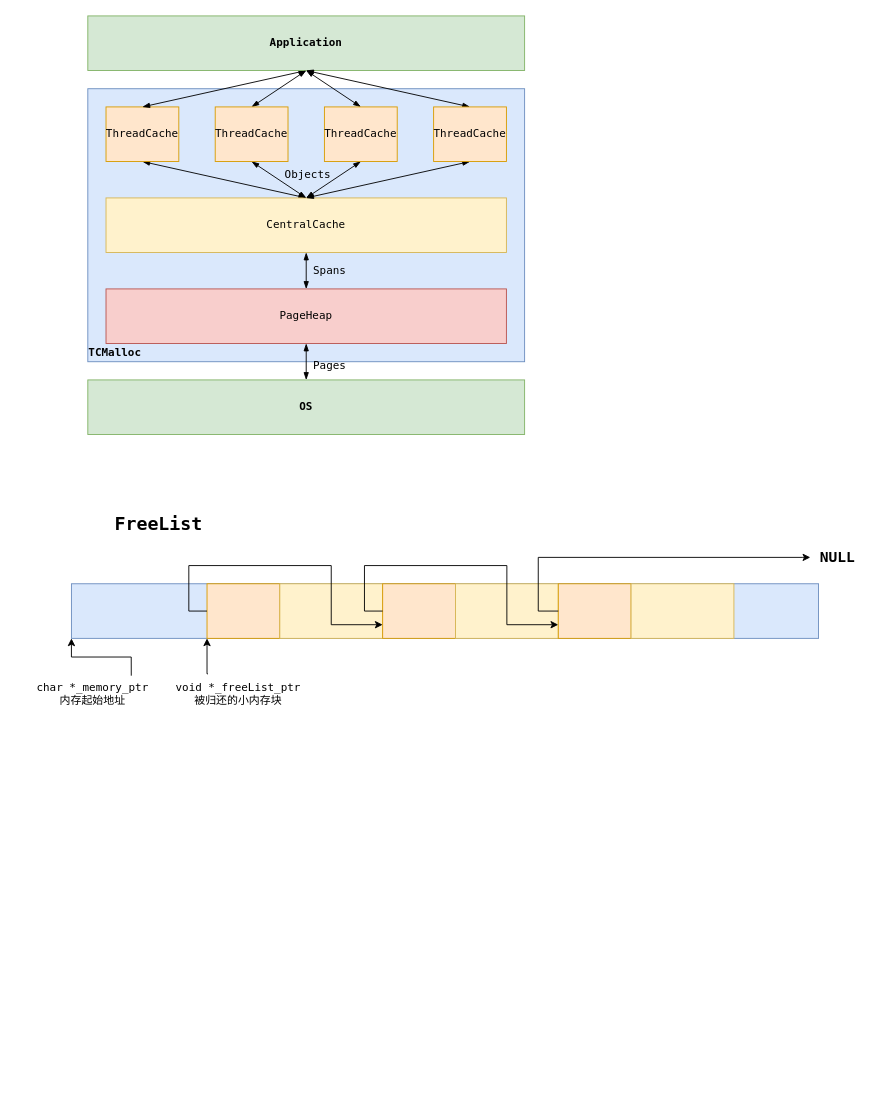
Before: 算法/TCMalloc.drawio in xyshawy/DRAW, a draw.io diagram. Source tidied: cells renumbered, new cells numbered last; positions are measured from the earlier drawing's top-left corner, leaving out a move shared by most shapes. Both pictures are drawn from the tidied source at 91%, with x=0, y=0 at pixel (15, 15).
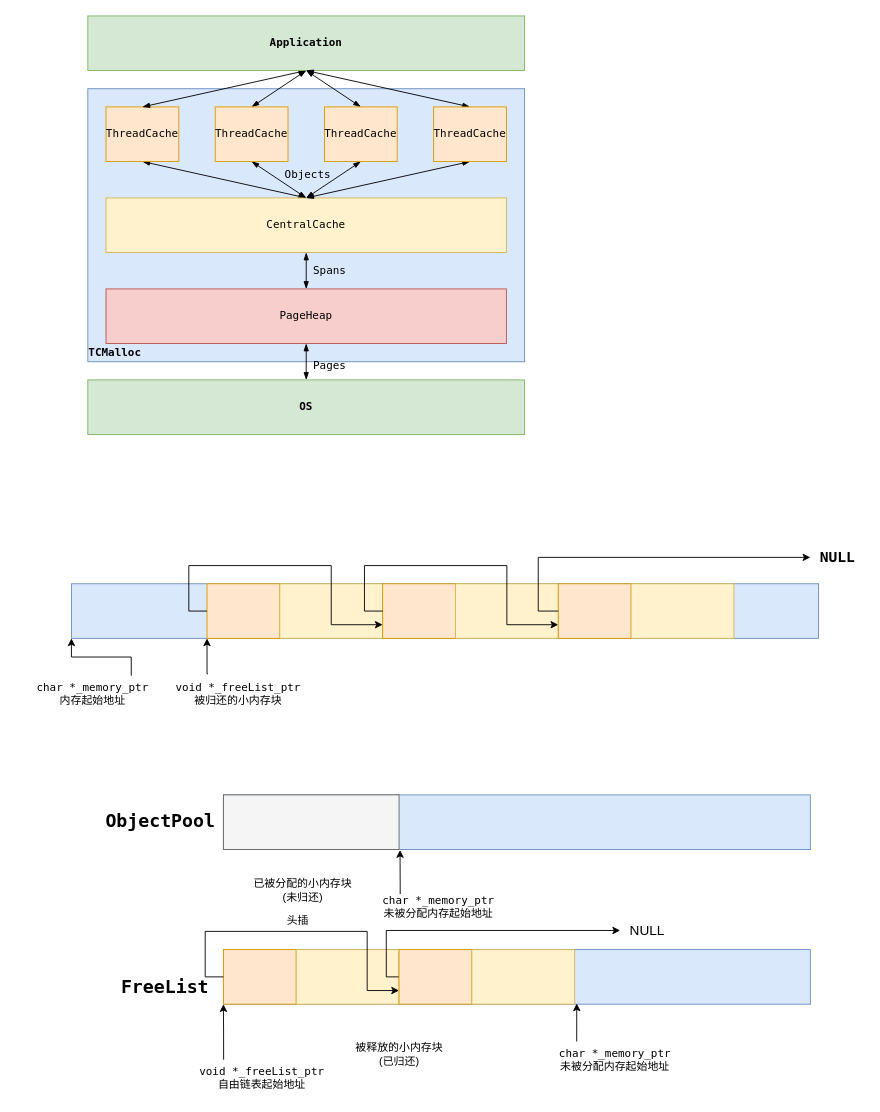
The same diagram, later.

What changed in the source:
```diff
@@
-    <mxCell id="32" value="&lt;font size=&quot;1&quot; face=&quot;Lucida Console&quot;&gt;&lt;b style=&quot;font-size: 20px;&quot;&gt;FreeList&lt;/b&gt;&lt;/font&gt;" style="text;html=1;align=center;verticalAlign=middle;whiteSpace=wrap;rounded=0;" parent="1" vertex="1">
-      <mxGeometry x="127" y="537" width="60" height="40" as="geometry" />
-    </mxCell>
@@
+    <mxCell id="41" style="rounded=0;whiteSpace=wrap;html=1;fontFamily=Lucida Console;fillColor=#dae8fc;strokeColor=#6c8ebf;" parent="1" vertex="1">
+      <mxGeometry x="228" y="856" width="645" height="60" as="geometry" />
+    </mxCell>
+    <mxCell id="42" style="rounded=0;orthogonalLoop=1;jettySize=auto;html=1;exitX=0.25;exitY=0;exitDx=0;exitDy=0;entryX=0.301;entryY=1.044;entryDx=0;entryDy=0;entryPerimeter=0;" parent="1" edge="1">
+      <mxGeometry relative="1" as="geometry">
+        <mxPoint x="422.3" y="965" as="sourcePoint" />
+        <mxPoint x="422.1" y="916.6" as="targetPoint" />
+      </mxGeometry>
+    </mxCell>
+    <mxCell id="43" value="&lt;font face=&quot;Lucida Console&quot;&gt;char *_memory_ptr&lt;/font&gt;&lt;br&gt;&lt;font face=&quot;黑体&quot;&gt;未被分配内存起始地址&lt;/font&gt;" style="text;html=1;align=center;verticalAlign=middle;whiteSpace=wrap;rounded=0;" parent="1" vertex="1">
+      <mxGeometry x="380" y="959" width="169" height="40" as="geometry" />
+    </mxCell>
+    <mxCell id="44" style="rounded=0;whiteSpace=wrap;html=1;fontFamily=Lucida Console;fillColor=#f5f5f5;strokeColor=#666666;fontColor=#333333;" parent="1" vertex="1">
+      <mxGeometry x="228" y="856" width="193" height="60" as="geometry" />
+    </mxCell>
+    <mxCell id="45" value="&lt;font face=&quot;黑体&quot;&gt;已被分配的小内存块&lt;br&gt;(未归还)&lt;br&gt;&lt;/font&gt;" style="text;html=1;align=center;verticalAlign=middle;whiteSpace=wrap;rounded=0;" parent="1" vertex="1">
+      <mxGeometry x="231" y="941" width="169" height="40" as="geometry" />
+    </mxCell>
+    <mxCell id="46" style="rounded=0;whiteSpace=wrap;html=1;fontFamily=Lucida Console;fillColor=#dae8fc;strokeColor=#6c8ebf;" parent="1" vertex="1">
+      <mxGeometry x="228" y="1026" width="645" height="60" as="geometry" />
+    </mxCell>
+    <mxCell id="47" value="&lt;font face=&quot;Lucida Console&quot;&gt;char *_memory_ptr&lt;/font&gt;&lt;br&gt;&lt;font face=&quot;黑体&quot;&gt;未被分配内存起始地址&lt;/font&gt;" style="text;html=1;align=center;verticalAlign=middle;whiteSpace=wrap;rounded=0;" parent="1" vertex="1">
+      <mxGeometry x="574" y="1127" width="169" height="40" as="geometry" />
+    </mxCell>
+    <mxCell id="48" style="rounded=0;whiteSpace=wrap;html=1;fontFamily=Lucida Console;fillColor=#ffe6cc;strokeColor=#d79b00;" parent="1" vertex="1">
+      <mxGeometry x="228" y="1026" width="80" height="60" as="geometry" />
+    </mxCell>
+    <mxCell id="49" style="rounded=0;whiteSpace=wrap;html=1;fontFamily=Lucida Console;fillColor=#fff2cc;strokeColor=#d6b656;" parent="1" vertex="1">
+      <mxGeometry x="308" y="1026" width="113" height="60" as="geometry" />
+    </mxCell>
+    <mxCell id="50" style="edgeStyle=orthogonalEdgeStyle;rounded=0;jettySize=auto;html=1;exitX=1;exitY=0.5;exitDx=0;exitDy=0;" parent="1" edge="1" target="57">
+      <mxGeometry relative="1" as="geometry">
+        <mxPoint x="421" y="1056" as="sourcePoint" />
+        <Array as="points">
+          <mxPoint x="407" y="1056" />
+          <mxPoint x="407" y="1005" />
+        </Array>
+      </mxGeometry>
+    </mxCell>
+    <mxCell id="51" value="&lt;font face=&quot;黑体&quot;&gt;被释放的小内存块&lt;br&gt;(已归还)&lt;br&gt;&lt;/font&gt;" style="text;html=1;align=center;verticalAlign=middle;whiteSpace=wrap;rounded=0;" parent="1" vertex="1">
+      <mxGeometry x="337" y="1121" width="169" height="40" as="geometry" />
+    </mxCell>
+    <mxCell id="52" style="rounded=0;whiteSpace=wrap;html=1;fontFamily=Lucida Console;fillColor=#ffe6cc;strokeColor=#d79b00;" parent="1" vertex="1">
+      <mxGeometry x="421" y="1026" width="80" height="60" as="geometry" />
+    </mxCell>
+    <mxCell id="53" style="rounded=0;whiteSpace=wrap;html=1;fontFamily=Lucida Console;fillColor=#fff2cc;strokeColor=#d6b656;" parent="1" vertex="1">
+      <mxGeometry x="501" y="1026" width="113" height="60" as="geometry" />
+    </mxCell>
+    <mxCell id="54" style="edgeStyle=orthogonalEdgeStyle;rounded=0;jettySize=auto;html=1;exitX=0.25;exitY=0;exitDx=0;exitDy=0;entryX=0;entryY=1;entryDx=0;entryDy=0;" parent="1" edge="1" source="55" target="48">
+      <mxGeometry relative="1" as="geometry" />
+    </mxCell>
+    <mxCell id="55" value="&lt;font face=&quot;Lucida Console&quot;&gt;void *_freeList_ptr&lt;/font&gt;&lt;br&gt;&lt;font face=&quot;黑体&quot;&gt;自由链表起始地址&lt;/font&gt;" style="text;html=1;align=center;verticalAlign=middle;whiteSpace=wrap;rounded=0;" parent="1" vertex="1">
+      <mxGeometry x="186" y="1147" width="169" height="40" as="geometry" />
+    </mxCell>
+    <mxCell id="56" style="edgeStyle=orthogonalEdgeStyle;rounded=0;jettySize=auto;html=1;exitX=0;exitY=0.5;exitDx=0;exitDy=0;entryX=1;entryY=0.75;entryDx=0;entryDy=0;" parent="1" edge="1" source="48" target="49">
+      <mxGeometry relative="1" as="geometry">
+        <Array as="points">
+          <mxPoint x="208" y="1056" />
+          <mxPoint x="208" y="1006" />
+          <mxPoint x="386" y="1006" />
+          <mxPoint x="386" y="1071" />
+        </Array>
+      </mxGeometry>
+    </mxCell>
+    <mxCell id="57" value="&lt;font face=&quot;黑体&quot;&gt;&lt;font style=&quot;font-size: 15px;&quot;&gt;NULL&lt;/font&gt;&lt;br&gt;&lt;/font&gt;" style="text;html=1;align=center;verticalAlign=middle;whiteSpace=wrap;rounded=0;" parent="1" vertex="1">
+      <mxGeometry x="664" y="984" width="59.5" height="40" as="geometry" />
+    </mxCell>
+    <mxCell id="58" style="rounded=0;jettySize=auto;html=1;exitX=0.25;exitY=0;exitDx=0;exitDy=0;entryX=0.602;entryY=0.986;entryDx=0;entryDy=0;entryPerimeter=0;" parent="1" edge="1" source="47" target="46">
+      <mxGeometry relative="1" as="geometry" />
+    </mxCell>
+    <mxCell id="59" value="&lt;font face=&quot;黑体&quot;&gt;头插&lt;br&gt;&lt;/font&gt;" style="text;html=1;align=center;verticalAlign=middle;whiteSpace=wrap;rounded=0;" parent="1" vertex="1">
+      <mxGeometry x="289" y="974" width="42" height="40" as="geometry" />
+    </mxCell>
+    <mxCell id="32" value="&lt;font size=&quot;1&quot; face=&quot;Lucida Console&quot;&gt;&lt;b style=&quot;font-size: 20px;&quot;&gt;FreeList&lt;/b&gt;&lt;/font&gt;" style="text;html=1;align=center;verticalAlign=middle;whiteSpace=wrap;rounded=0;" parent="1" vertex="1">
+      <mxGeometry x="134" y="1046" width="60" height="40" as="geometry" />
+    </mxCell>
+    <mxCell id="60" value="&lt;font size=&quot;1&quot; face=&quot;Lucida Console&quot;&gt;&lt;b style=&quot;font-size: 20px;&quot;&gt;ObjectPool&lt;/b&gt;&lt;/font&gt;" style="text;html=1;align=center;verticalAlign=middle;whiteSpace=wrap;rounded=0;" parent="1" vertex="1">
+      <mxGeometry x="129" y="864" width="60" height="40" as="geometry" />
+    </mxCell>
```
